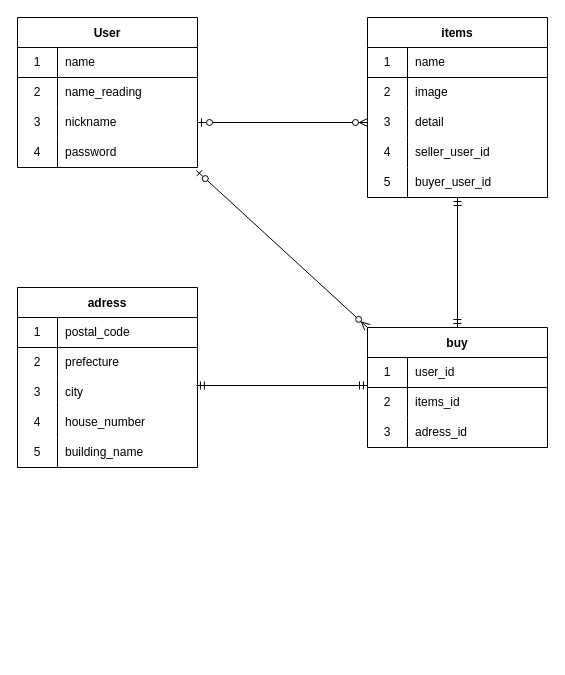
This is furima.dio from isymkz44/furima-38736, a draw.io file, before an edit. Source tidied: cells renumbered, new cells numbered last; positions are measured from the earlier drawing's top-left corner, leaving out a move shared by most shapes. Both pictures are drawn from the tidied source at 100%, with x=0, y=0 at pixel (17, 17).
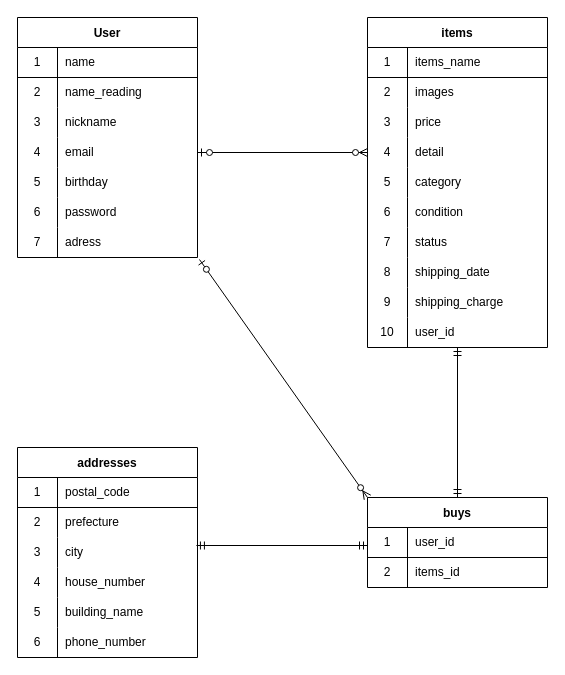
Above is the later version.

Unchanged cells that the change refers to:
```xml
<mxCell id="9" style="shape=partialRectangle;html=1;whiteSpace=wrap;fillColor=none;top=0;left=0;bottom=0;right=0;points=[[0,0.5],[1,0.5]];portConstraint=eastwest;" parent="2" vertex="1">
  <mxGeometry y="90" width="180" height="30" as="geometry" />
</mxCell>
<mxCell id="16" style="shape=partialRectangle;html=1;whiteSpace=wrap;fillColor=none;top=0;left=0;bottom=1;right=0;labelBackgroundColor=none;" parent="15" vertex="1">
  <mxGeometry y="30" width="180" height="30" as="geometry" />
</mxCell>
<mxCell id="19" style="shape=partialRectangle;html=1;whiteSpace=wrap;fillColor=none;top=0;left=0;bottom=0;right=0;labelBackgroundColor=none;" parent="15" vertex="1">
  <mxGeometry y="60" width="180" height="30" as="geometry" />
</mxCell>
<mxCell id="48" style="shape=partialRectangle;html=1;whiteSpace=wrap;fillColor=none;top=0;left=0;bottom=0;right=0;points=[[0,0.5],[1,0.5]];portConstraint=eastwest;labelBackgroundColor=none;" parent="41" vertex="1">
  <mxGeometry y="90" width="180" height="30" as="geometry" />
</mxCell>
```

Change to the diagram source:
```diff
@@
     <mxCell id="2" value="User" style="shape=table;startSize=30;childLayout=tableLayout;rowLines=0;fontStyle=1;align=center;labelBackgroundColor=none;" parent="1" vertex="1">
-      <mxGeometry width="180" height="150" as="geometry" />
+      <mxGeometry width="180" height="240" as="geometry" />
     </mxCell>
@@
+    <mxCell id="61" style="shape=partialRectangle;html=1;whiteSpace=wrap;fillColor=none;top=0;left=0;bottom=0;right=0;points=[[0,0.5],[1,0.5]];portConstraint=eastwest;" parent="2" vertex="1">
+      <mxGeometry y="120" width="180" height="30" as="geometry" />
+    </mxCell>
+    <mxCell id="62" value="4" style="shape=partialRectangle;html=1;whiteSpace=wrap;fillColor=none;top=0;left=0;bottom=0;right=0;overflow=hidden;" parent="61" vertex="1">
+      <mxGeometry width="40" height="30" as="geometry" />
+    </mxCell>
+    <mxCell id="63" value="email" style="shape=partialRectangle;html=1;whiteSpace=wrap;fillColor=none;top=0;left=0;bottom=0;right=0;align=left;spacingLeft=6;overflow=hidden;" parent="61" vertex="1">
+      <mxGeometry x="40" width="140" height="30" as="geometry" />
+    </mxCell>
+    <mxCell id="64" style="shape=partialRectangle;html=1;whiteSpace=wrap;fillColor=none;top=0;left=0;bottom=0;right=0;" parent="2" vertex="1">
+      <mxGeometry y="150" width="180" height="30" as="geometry" />
+    </mxCell>
+    <mxCell id="65" value="5" style="shape=partialRectangle;html=1;whiteSpace=wrap;fillColor=none;top=0;left=0;bottom=0;right=0;overflow=hidden;" parent="64" vertex="1">
+      <mxGeometry width="40" height="30" as="geometry" />
+    </mxCell>
+    <mxCell id="66" value="birthday" style="shape=partialRectangle;html=1;whiteSpace=wrap;fillColor=none;top=0;left=0;bottom=0;right=0;align=left;spacingLeft=6;overflow=hidden;" parent="64" vertex="1">
+      <mxGeometry x="40" width="140" height="30" as="geometry" />
+    </mxCell>
     <mxCell id="12" style="shape=partialRectangle;html=1;whiteSpace=wrap;fillColor=none;top=0;left=0;bottom=0;right=0;points=[[0,0.5],[1,0.5]];portConstraint=eastwest;" parent="2" vertex="1">
-      <mxGeometry y="120" width="180" height="30" as="geometry" />
+      <mxGeometry y="180" width="180" height="30" as="geometry" />
     </mxCell>
-    <mxCell id="13" value="4" style="shape=partialRectangle;html=1;whiteSpace=wrap;fillColor=none;top=0;left=0;bottom=0;right=0;overflow=hidden;" parent="12" vertex="1">
+    <mxCell id="13" value="6" style="shape=partialRectangle;html=1;whiteSpace=wrap;fillColor=none;top=0;left=0;bottom=0;right=0;overflow=hidden;" parent="12" vertex="1">
       <mxGeometry width="40" height="30" as="geometry" />
     </mxCell>
@@
+    <mxCell id="67" style="shape=partialRectangle;html=1;whiteSpace=wrap;fillColor=none;top=0;left=0;bottom=0;right=0;points=[[0,0.5],[1,0.5]];portConstraint=eastwest;" parent="2" vertex="1">
+      <mxGeometry y="210" width="180" height="30" as="geometry" />
+    </mxCell>
+    <mxCell id="68" value="7" style="shape=partialRectangle;html=1;whiteSpace=wrap;fillColor=none;top=0;left=0;bottom=0;right=0;overflow=hidden;" parent="67" vertex="1">
+      <mxGeometry width="40" height="30" as="geometry" />
+    </mxCell>
+    <mxCell id="69" value="adress" style="shape=partialRectangle;html=1;whiteSpace=wrap;fillColor=none;top=0;left=0;bottom=0;right=0;align=left;spacingLeft=6;overflow=hidden;" parent="67" vertex="1">
+      <mxGeometry x="40" width="140" height="30" as="geometry" />
+    </mxCell>
     <mxCell id="15" value="items" style="shape=table;startSize=30;childLayout=tableLayout;rowLines=0;fontStyle=1;align=center;labelBackgroundColor=none;" parent="1" vertex="1">
-      <mxGeometry x="350" width="180" height="180" as="geometry" />
+      <mxGeometry x="350" width="180" height="330" as="geometry" />
     </mxCell>
@@
-    <mxCell id="18" value="name" style="shape=partialRectangle;html=1;whiteSpace=wrap;fillColor=none;top=0;left=0;bottom=0;right=0;align=left;spacingLeft=6;overflow=hidden;labelBackgroundColor=none;" parent="16" vertex="1">
+    <mxCell id="18" value="items_name" style="shape=partialRectangle;html=1;whiteSpace=wrap;fillColor=none;top=0;left=0;bottom=0;right=0;align=left;spacingLeft=6;overflow=hidden;labelBackgroundColor=none;" parent="16" vertex="1">
       <mxGeometry x="40" width="140" height="30" as="geometry" />
     </mxCell>
@@
-    <mxCell id="21" value="image" style="shape=partialRectangle;html=1;whiteSpace=wrap;fillColor=none;top=0;left=0;bottom=0;right=0;align=left;spacingLeft=6;overflow=hidden;labelBackgroundColor=none;" parent="19" vertex="1">
+    <mxCell id="21" value="images" style="shape=partialRectangle;html=1;whiteSpace=wrap;fillColor=none;top=0;left=0;bottom=0;right=0;align=left;spacingLeft=6;overflow=hidden;labelBackgroundColor=none;" parent="19" vertex="1">
       <mxGeometry x="40" width="140" height="30" as="geometry" />
     </mxCell>
+    <mxCell id="38" style="shape=partialRectangle;html=1;whiteSpace=wrap;fillColor=none;top=0;left=0;bottom=0;right=0;labelBackgroundColor=none;" parent="15" vertex="1">
+      <mxGeometry y="90" width="180" height="30" as="geometry" />
+    </mxCell>
+    <mxCell id="39" value="3" style="shape=partialRectangle;html=1;whiteSpace=wrap;fillColor=none;top=0;left=0;bottom=0;right=0;overflow=hidden;labelBackgroundColor=none;" parent="38" vertex="1">
+      <mxGeometry width="40" height="30" as="geometry" />
+    </mxCell>
+    <mxCell id="70" value="price" style="shape=partialRectangle;html=1;whiteSpace=wrap;fillColor=none;top=0;left=0;bottom=0;right=0;align=left;spacingLeft=6;overflow=hidden;labelBackgroundColor=none;" parent="38" vertex="1">
+      <mxGeometry x="40" width="140" height="30" as="geometry" />
+    </mxCell>
     <mxCell id="22" style="shape=partialRectangle;html=1;whiteSpace=wrap;fillColor=none;top=0;left=0;bottom=0;right=0;points=[[0,0.5],[1,0.5]];portConstraint=eastwest;labelBackgroundColor=none;" parent="15" vertex="1">
-      <mxGeometry y="90" width="180" height="30" as="geometry" />
+      <mxGeometry y="120" width="180" height="30" as="geometry" />
     </mxCell>
-    <mxCell id="23" value="3" style="shape=partialRectangle;html=1;whiteSpace=wrap;fillColor=none;top=0;left=0;bottom=0;right=0;overflow=hidden;labelBackgroundColor=none;" parent="22" vertex="1">
+    <mxCell id="23" value="4" style="shape=partialRectangle;html=1;whiteSpace=wrap;fillColor=none;top=0;left=0;bottom=0;right=0;overflow=hidden;labelBackgroundColor=none;" parent="22" vertex="1">
       <mxGeometry width="40" height="30" as="geometry" />
     </mxCell>
@@
+    <mxCell id="28" style="shape=partialRectangle;html=1;whiteSpace=wrap;fillColor=none;top=0;left=0;bottom=0;right=0;labelBackgroundColor=none;" parent="15" vertex="1">
+      <mxGeometry y="150" width="180" height="30" as="geometry" />
+    </mxCell>
+    <mxCell id="29" value="5" style="shape=partialRectangle;html=1;whiteSpace=wrap;fillColor=none;top=0;left=0;bottom=0;right=0;overflow=hidden;labelBackgroundColor=none;" parent="28" vertex="1">
+      <mxGeometry width="40" height="30" as="geometry" />
+    </mxCell>
+    <mxCell id="71" value="category" style="shape=partialRectangle;html=1;whiteSpace=wrap;fillColor=none;top=0;left=0;bottom=0;right=0;align=left;spacingLeft=6;overflow=hidden;labelBackgroundColor=none;" parent="28" vertex="1">
+      <mxGeometry x="40" width="140" height="30" as="geometry" />
+    </mxCell>
+    <mxCell id="72" style="shape=partialRectangle;html=1;whiteSpace=wrap;fillColor=none;top=0;left=0;bottom=0;right=0;labelBackgroundColor=none;" parent="15" vertex="1">
+      <mxGeometry y="180" width="180" height="30" as="geometry" />
+    </mxCell>
+    <mxCell id="73" value="6" style="shape=partialRectangle;html=1;whiteSpace=wrap;fillColor=none;top=0;left=0;bottom=0;right=0;overflow=hidden;labelBackgroundColor=none;" parent="72" vertex="1">
+      <mxGeometry width="40" height="30" as="geometry" />
+    </mxCell>
+    <mxCell id="74" value="condition" style="shape=partialRectangle;html=1;whiteSpace=wrap;fillColor=none;top=0;left=0;bottom=0;right=0;align=left;spacingLeft=6;overflow=hidden;labelBackgroundColor=none;" parent="72" vertex="1">
+      <mxGeometry x="40" width="140" height="30" as="geometry" />
+    </mxCell>
+    <mxCell id="75" style="shape=partialRectangle;html=1;whiteSpace=wrap;fillColor=none;top=0;left=0;bottom=0;right=0;labelBackgroundColor=none;" parent="15" vertex="1">
+      <mxGeometry y="210" width="180" height="30" as="geometry" />
+    </mxCell>
+    <mxCell id="76" value="7" style="shape=partialRectangle;html=1;whiteSpace=wrap;fillColor=none;top=0;left=0;bottom=0;right=0;overflow=hidden;labelBackgroundColor=none;" parent="75" vertex="1">
+      <mxGeometry width="40" height="30" as="geometry" />
+    </mxCell>
+    <mxCell id="77" value="status" style="shape=partialRectangle;html=1;whiteSpace=wrap;fillColor=none;top=0;left=0;bottom=0;right=0;align=left;spacingLeft=6;overflow=hidden;labelBackgroundColor=none;" parent="75" vertex="1">
+      <mxGeometry x="40" width="140" height="30" as="geometry" />
+    </mxCell>
+    <mxCell id="78" style="shape=partialRectangle;html=1;whiteSpace=wrap;fillColor=none;top=0;left=0;bottom=0;right=0;labelBackgroundColor=none;" parent="15" vertex="1">
+      <mxGeometry y="240" width="180" height="30" as="geometry" />
+    </mxCell>
+    <mxCell id="79" value="8" style="shape=partialRectangle;html=1;whiteSpace=wrap;fillColor=none;top=0;left=0;bottom=0;right=0;overflow=hidden;labelBackgroundColor=none;" parent="78" vertex="1">
+      <mxGeometry width="40" height="30" as="geometry" />
+    </mxCell>
+    <mxCell id="80" value="shipping_date" style="shape=partialRectangle;html=1;whiteSpace=wrap;fillColor=none;top=0;left=0;bottom=0;right=0;align=left;spacingLeft=6;overflow=hidden;labelBackgroundColor=none;" parent="78" vertex="1">
+      <mxGeometry x="40" width="140" height="30" as="geometry" />
+    </mxCell>
+    <mxCell id="81" style="shape=partialRectangle;html=1;whiteSpace=wrap;fillColor=none;top=0;left=0;bottom=0;right=0;labelBackgroundColor=none;" parent="15" vertex="1">
+      <mxGeometry y="270" width="180" height="30" as="geometry" />
+    </mxCell>
+    <mxCell id="82" value="9" style="shape=partialRectangle;html=1;whiteSpace=wrap;fillColor=none;top=0;left=0;bottom=0;right=0;overflow=hidden;labelBackgroundColor=none;" parent="81" vertex="1">
+      <mxGeometry width="40" height="30" as="geometry" />
+    </mxCell>
+    <mxCell id="83" value="shipping_charge" style="shape=partialRectangle;html=1;whiteSpace=wrap;fillColor=none;top=0;left=0;bottom=0;right=0;align=left;spacingLeft=6;overflow=hidden;labelBackgroundColor=none;" parent="81" vertex="1">
+      <mxGeometry x="40" width="140" height="30" as="geometry" />
+    </mxCell>
     <mxCell id="25" style="shape=partialRectangle;html=1;whiteSpace=wrap;fillColor=none;top=0;left=0;bottom=0;right=0;labelBackgroundColor=none;" parent="15" vertex="1">
-      <mxGeometry y="120" width="180" height="30" as="geometry" />
+      <mxGeometry y="300" width="180" height="30" as="geometry" />
     </mxCell>
-    <mxCell id="26" value="4" style="shape=partialRectangle;html=1;whiteSpace=wrap;fillColor=none;top=0;left=0;bottom=0;right=0;overflow=hidden;labelBackgroundColor=none;" parent="25" vertex="1">
+    <mxCell id="26" value="10" style="shape=partialRectangle;html=1;whiteSpace=wrap;fillColor=none;top=0;left=0;bottom=0;right=0;overflow=hidden;labelBackgroundColor=none;" parent="25" vertex="1">
       <mxGeometry width="40" height="30" as="geometry" />
     </mxCell>
-    <mxCell id="27" value="seller_user_id" style="shape=partialRectangle;html=1;whiteSpace=wrap;fillColor=none;top=0;left=0;bottom=0;right=0;align=left;spacingLeft=6;overflow=hidden;labelBackgroundColor=none;" parent="25" vertex="1">
+    <mxCell id="27" value="user_id" style="shape=partialRectangle;html=1;whiteSpace=wrap;fillColor=none;top=0;left=0;bottom=0;right=0;align=left;spacingLeft=6;overflow=hidden;labelBackgroundColor=none;" parent="25" vertex="1">
       <mxGeometry x="40" width="140" height="30" as="geometry" />
     </mxCell>
-    <mxCell id="28" style="shape=partialRectangle;html=1;whiteSpace=wrap;fillColor=none;top=0;left=0;bottom=0;right=0;labelBackgroundColor=none;" parent="15" vertex="1">
-      <mxGeometry y="150" width="180" height="30" as="geometry" />
-    </mxCell>
-    <mxCell id="29" value="5" style="shape=partialRectangle;html=1;whiteSpace=wrap;fillColor=none;top=0;left=0;bottom=0;right=0;overflow=hidden;labelBackgroundColor=none;" parent="28" vertex="1">
-      <mxGeometry width="40" height="30" as="geometry" />
-    </mxCell>
-    <mxCell id="30" value="buyer_user_id" style="shape=partialRectangle;html=1;whiteSpace=wrap;fillColor=none;top=0;left=0;bottom=0;right=0;align=left;spacingLeft=6;overflow=hidden;labelBackgroundColor=none;" parent="28" vertex="1">
-      <mxGeometry x="40" width="140" height="30" as="geometry" />
-    </mxCell>
-    <mxCell id="31" value="buy" style="shape=table;startSize=30;childLayout=tableLayout;rowLines=0;fontStyle=1;align=center;labelBackgroundColor=none;" parent="1" vertex="1">
-      <mxGeometry x="350" y="310" width="180" height="120" as="geometry" />
+    <mxCell id="31" value="buys" style="shape=table;startSize=30;childLayout=tableLayout;rowLines=0;fontStyle=1;align=center;labelBackgroundColor=none;" parent="1" vertex="1">
+      <mxGeometry x="350" y="480" width="180" height="90" as="geometry" />
     </mxCell>
@@
-    <mxCell id="38" style="shape=partialRectangle;html=1;whiteSpace=wrap;fillColor=none;top=0;left=0;bottom=0;right=0;labelBackgroundColor=none;" parent="31" vertex="1">
-      <mxGeometry y="90" width="180" height="30" as="geometry" />
-    </mxCell>
-    <mxCell id="39" value="3" style="shape=partialRectangle;html=1;whiteSpace=wrap;fillColor=none;top=0;left=0;bottom=0;right=0;overflow=hidden;labelBackgroundColor=none;" parent="38" vertex="1">
-      <mxGeometry width="40" height="30" as="geometry" />
-    </mxCell>
-    <mxCell id="40" value="adress_id" style="shape=partialRectangle;html=1;whiteSpace=wrap;fillColor=none;top=0;left=0;bottom=0;right=0;align=left;spacingLeft=6;overflow=hidden;labelBackgroundColor=none;" parent="38" vertex="1">
-      <mxGeometry x="40" width="140" height="30" as="geometry" />
-    </mxCell>
-    <mxCell id="41" value="adress" style="shape=table;startSize=30;childLayout=tableLayout;rowLines=0;fontStyle=1;align=center;labelBackgroundColor=none;" parent="1" vertex="1">
-      <mxGeometry y="270" width="180" height="180" as="geometry" />
+    <mxCell id="41" value="addresses" style="shape=table;startSize=30;childLayout=tableLayout;rowLines=0;fontStyle=1;align=center;labelBackgroundColor=none;" parent="1" vertex="1">
+      <mxGeometry y="430" width="180" height="210" as="geometry" />
     </mxCell>
@@
+    <mxCell id="84" style="shape=partialRectangle;html=1;whiteSpace=wrap;fillColor=none;top=0;left=0;bottom=0;right=0;labelBackgroundColor=none;" parent="41" vertex="1">
+      <mxGeometry y="180" width="180" height="30" as="geometry" />
+    </mxCell>
+    <mxCell id="85" value="6" style="shape=partialRectangle;html=1;whiteSpace=wrap;fillColor=none;top=0;left=0;bottom=0;right=0;overflow=hidden;labelBackgroundColor=none;" parent="84" vertex="1">
+      <mxGeometry width="40" height="30" as="geometry" />
+    </mxCell>
+    <mxCell id="86" value="phone_number" style="shape=partialRectangle;html=1;whiteSpace=wrap;fillColor=none;top=0;left=0;bottom=0;right=0;align=left;spacingLeft=6;overflow=hidden;labelBackgroundColor=none;" parent="84" vertex="1">
+      <mxGeometry x="40" width="140" height="30" as="geometry" />
+    </mxCell>
-    <mxCell id="57" style="fontSize=12;html=1;endArrow=ERzeroToMany;startArrow=ERzeroToOne;exitX=0.994;exitY=1.1;exitDx=0;exitDy=0;exitPerimeter=0;entryX=0;entryY=0;entryDx=0;entryDy=0;" parent="1" edge="1" source="12" target="31">
+    <mxCell id="57" style="fontSize=12;html=1;endArrow=ERzeroToMany;startArrow=ERzeroToOne;exitX=1.011;exitY=1.067;exitDx=0;exitDy=0;exitPerimeter=0;entryX=0;entryY=0;entryDx=0;entryDy=0;" parent="1" edge="1" source="67" target="31">
       <mxGeometry relative="1" as="geometry" />
     </mxCell>
-    <mxCell id="58" style="fontSize=12;html=1;endArrow=ERzeroToMany;startArrow=ERzeroToOne;exitX=1;exitY=0.5;exitDx=0;exitDy=0;entryX=0;entryY=0.5;entryDx=0;entryDy=0;" parent="1" edge="1" source="9" target="22">
+    <mxCell id="58" style="fontSize=12;html=1;endArrow=ERzeroToMany;startArrow=ERzeroToOne;exitX=1;exitY=0.5;exitDx=0;exitDy=0;entryX=0;entryY=0.5;entryDx=0;entryDy=0;" parent="1" edge="1" source="61" target="22">
       <mxGeometry relative="1" as="geometry" />
     </mxCell>
     <mxCell id="59" style="fontSize=12;html=1;endArrow=ERmandOne;startArrow=ERmandOne;exitX=0.5;exitY=0;exitDx=0;exitDy=0;" parent="1" edge="1" source="31">
       <mxGeometry relative="1" as="geometry">
-        <mxPoint x="440" y="180" as="targetPoint" />
+        <mxPoint x="440" y="330" as="targetPoint" />
       </mxGeometry>
     </mxCell>
     <mxCell id="60" style="fontSize=12;html=1;endArrow=ERmandOne;startArrow=ERmandOne;entryX=0.994;entryY=0.267;entryDx=0;entryDy=0;entryPerimeter=0;" parent="1" edge="1" target="48">
       <mxGeometry relative="1" as="geometry">
-        <mxPoint x="350" y="368" as="sourcePoint" />
+        <mxPoint x="350" y="528" as="sourcePoint" />
       </mxGeometry>
     </mxCell>
```
